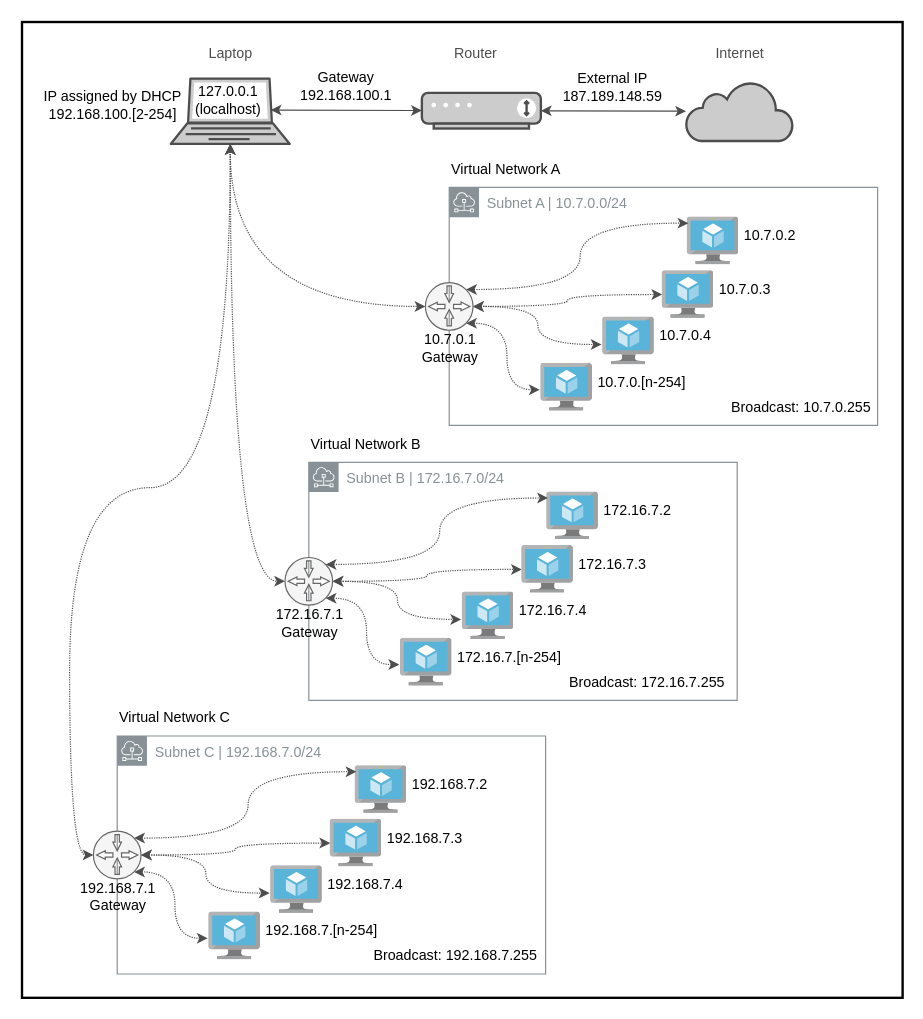
Above: page "Network" (3 of 7) of 01_build_home_lab/diagrams/home_lab.drawio in asgdevops/cd-project (draw.io), before the change. Source tidied: cells renumbered, new cells numbered last; positions are measured from the earlier drawing's top-left corner, leaving out a move shared by most shapes. Both pictures are drawn from the tidied source at 119%, with x=0, y=0 at pixel (21, 21).
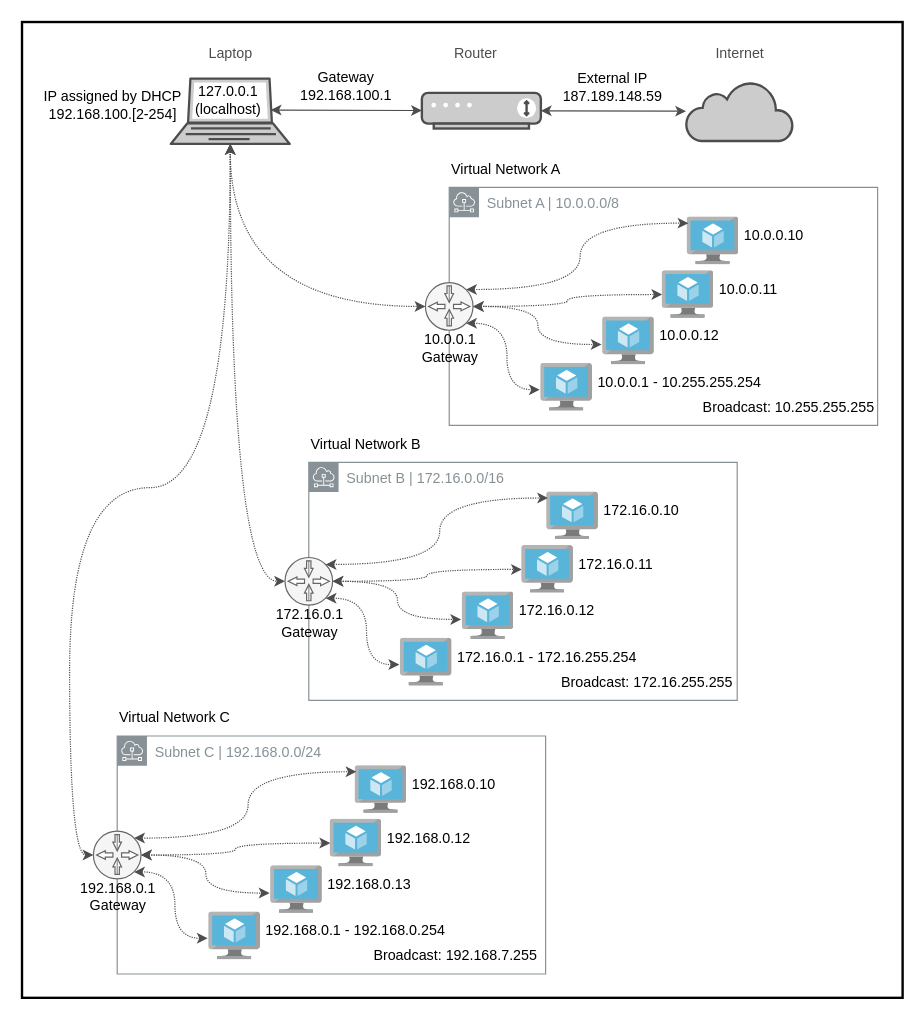
After the change.

The change refers to these unchanged cells:
```xml
<mxCell id="6" style="group;" parent="1" vertex="1">
  <mxGeometry x="51" y="570" width="395" height="230" as="geometry" />
</mxCell>
<mxCell id="15" style="group;" parent="6" vertex="1">
  <mxGeometry x="229" y="55" width="166" height="40" as="geometry" />
</mxCell>
<mxCell id="18" style="group;" parent="6" vertex="1">
  <mxGeometry x="208" y="100" width="166" height="40" as="geometry" />
</mxCell>
<mxCell id="21" style="group;" parent="6" vertex="1">
  <mxGeometry x="158" y="139" width="166" height="40" as="geometry" />
</mxCell>
<mxCell id="28" style="group;" parent="1" vertex="1">
  <mxGeometry x="212" y="340" width="389" height="230" as="geometry" />
</mxCell>
<mxCell id="36" style="group;" parent="28" vertex="1">
  <mxGeometry x="229" y="55" width="156" height="40" as="geometry" />
</mxCell>
<mxCell id="39" style="group;" parent="28" vertex="1">
  <mxGeometry x="208" y="100" width="156" height="40" as="geometry" />
</mxCell>
<mxCell id="42" style="group;" parent="28" vertex="1">
  <mxGeometry x="158" y="139" width="156" height="40" as="geometry" />
</mxCell>
<mxCell id="71" style="group;" parent="1" vertex="1">
  <mxGeometry x="559" y="164" width="146" height="40" as="geometry" />
</mxCell>
<mxCell id="74" style="group;" parent="1" vertex="1">
  <mxGeometry x="538" y="209" width="146" height="40" as="geometry" />
</mxCell>
<mxCell id="77" style="group;" parent="1" vertex="1">
  <mxGeometry x="488" y="248" width="146" height="40" as="geometry" />
</mxCell>
```

Change to the diagram source:
```diff
@@
-    <mxCell id="8" value="Subnet C | 192.168.7.0/24" style="sketch=0;gradientColor=none;html=1;whiteSpace=wrap;fontSize=12;fontStyle=0;shape=mxgraph.aws4.group;grIcon=mxgraph.aws4.group_subnet;strokeColor=#879196;fillColor=none;verticalAlign=top;align=left;spacingLeft=30;fontColor=#879196;dashed=0;" parent="6" vertex="1">
+    <mxCell id="8" value="Subnet C | 192.168.0.0/24" style="sketch=0;gradientColor=none;html=1;whiteSpace=wrap;fontSize=12;fontStyle=0;shape=mxgraph.aws4.group;grIcon=mxgraph.aws4.group_subnet;strokeColor=#879196;fillColor=none;verticalAlign=top;align=left;spacingLeft=30;fontColor=#879196;dashed=0;" parent="6" vertex="1">
       <mxGeometry x="29" y="30" width="360" height="200" as="geometry" />
     </mxCell>
-    <mxCell id="9" value="&lt;span style=&quot;text-align: left;&quot;&gt;192.168.7.1&lt;br&gt;Gateway&lt;br&gt;&lt;/span&gt;" style="text;strokeColor=none;align=center;fillColor=none;html=1;verticalAlign=middle;whiteSpace=wrap;rounded=0;" parent="6" vertex="1">
+    <mxCell id="9" value="&lt;span style=&quot;text-align: left;&quot;&gt;192.168.0.1&lt;br&gt;Gateway&lt;br&gt;&lt;/span&gt;" style="text;strokeColor=none;align=center;fillColor=none;html=1;verticalAlign=middle;whiteSpace=wrap;rounded=0;" parent="6" vertex="1">
       <mxGeometry y="150" width="60" height="30" as="geometry" />
     </mxCell>
@@
-    <mxCell id="16" value="192.168.7.2" style="text;html=1;align=left;verticalAlign=middle;fillColor=none;strokeColor=none;rounded=0;fontColor=#000000;" parent="15" vertex="1">
+    <mxCell id="16" value="192.168.0.10" style="text;html=1;align=left;verticalAlign=middle;fillColor=none;strokeColor=none;rounded=0;fontColor=#000000;" parent="15" vertex="1">
       <mxGeometry x="46" y="1" width="90" height="30" as="geometry" />
     </mxCell>
@@
-    <mxCell id="19" value="192.168.7.3" style="text;html=1;align=left;verticalAlign=middle;fillColor=none;strokeColor=none;rounded=0;fontColor=#000000;" parent="18" vertex="1">
+    <mxCell id="19" value="192.168.0.12" style="text;html=1;align=left;verticalAlign=middle;fillColor=none;strokeColor=none;rounded=0;fontColor=#000000;" parent="18" vertex="1">
       <mxGeometry x="46" y="1" width="90" height="30" as="geometry" />
     </mxCell>
@@
-    <mxCell id="22" value="192.168.7.4" style="text;html=1;align=left;verticalAlign=middle;fillColor=none;strokeColor=none;rounded=0;fontColor=#000000;" parent="21" vertex="1">
+    <mxCell id="22" value="192.168.0.13" style="text;html=1;align=left;verticalAlign=middle;fillColor=none;strokeColor=none;rounded=0;fontColor=#000000;" parent="21" vertex="1">
       <mxGeometry x="46" y="1" width="90" height="30" as="geometry" />
     </mxCell>
@@
     <mxCell id="24" style="group;" parent="6" vertex="1">
-      <mxGeometry x="106" y="178" width="166" height="40" as="geometry" />
+      <mxGeometry x="106" y="178" width="216" height="40" as="geometry" />
     </mxCell>
-    <mxCell id="25" value="192.168.7.[n-254]" style="text;html=1;align=left;verticalAlign=middle;fillColor=none;strokeColor=none;rounded=0;fontColor=#000000;" parent="24" vertex="1">
-      <mxGeometry x="46" y="1" width="120" height="30" as="geometry" />
+    <mxCell id="25" value="192.168.0.1 - 192.168.0.254" style="text;html=1;align=left;verticalAlign=middle;fillColor=none;strokeColor=none;rounded=0;fontColor=#000000;" parent="24" vertex="1">
+      <mxGeometry x="46" y="1" width="170" height="30" as="geometry" />
     </mxCell>
@@
-    <mxCell id="29" value="Subnet B | 172.16.7.0/24" style="sketch=0;gradientColor=none;html=1;whiteSpace=wrap;fontSize=12;fontStyle=0;shape=mxgraph.aws4.group;grIcon=mxgraph.aws4.group_subnet;strokeColor=#879196;fillColor=none;verticalAlign=top;align=left;spacingLeft=30;fontColor=#879196;dashed=0;" parent="28" vertex="1">
+    <mxCell id="29" value="Subnet B | 172.16.0.0/16" style="sketch=0;gradientColor=none;html=1;whiteSpace=wrap;fontSize=12;fontStyle=0;shape=mxgraph.aws4.group;grIcon=mxgraph.aws4.group_subnet;strokeColor=#879196;fillColor=none;verticalAlign=top;align=left;spacingLeft=30;fontColor=#879196;dashed=0;" parent="28" vertex="1">
       <mxGeometry x="29" y="30" width="360" height="200" as="geometry" />
     </mxCell>
-    <mxCell id="30" value="&lt;span style=&quot;text-align: left;&quot;&gt;172.16.7.1&lt;br&gt;Gateway&lt;br&gt;&lt;/span&gt;" style="text;strokeColor=none;align=center;fillColor=none;html=1;verticalAlign=middle;whiteSpace=wrap;rounded=0;" parent="28" vertex="1">
+    <mxCell id="30" value="&lt;span style=&quot;text-align: left;&quot;&gt;172.16.0.1&lt;br&gt;Gateway&lt;br&gt;&lt;/span&gt;" style="text;strokeColor=none;align=center;fillColor=none;html=1;verticalAlign=middle;whiteSpace=wrap;rounded=0;" parent="28" vertex="1">
       <mxGeometry y="150" width="60" height="30" as="geometry" />
     </mxCell>
@@
-    <mxCell id="37" value="172.16.7.2" style="text;html=1;align=left;verticalAlign=middle;fillColor=none;strokeColor=none;rounded=0;fontColor=#000000;" parent="36" vertex="1">
-      <mxGeometry x="46" y="1" width="80" height="30" as="geometry" />
+    <mxCell id="37" value="172.16.0.10" style="text;html=1;align=left;verticalAlign=middle;fillColor=none;strokeColor=none;rounded=0;fontColor=#000000;" parent="36" vertex="1">
+      <mxGeometry x="46" y="1" width="90" height="30" as="geometry" />
     </mxCell>
@@
-    <mxCell id="40" value="172.16.7.3" style="text;html=1;align=left;verticalAlign=middle;fillColor=none;strokeColor=none;rounded=0;fontColor=#000000;" parent="39" vertex="1">
-      <mxGeometry x="46" y="1" width="80" height="30" as="geometry" />
+    <mxCell id="40" value="172.16.0.11" style="text;html=1;align=left;verticalAlign=middle;fillColor=none;strokeColor=none;rounded=0;fontColor=#000000;" parent="39" vertex="1">
+      <mxGeometry x="46" y="1" width="90" height="30" as="geometry" />
     </mxCell>
@@
-    <mxCell id="43" value="172.16.7.4" style="text;html=1;align=left;verticalAlign=middle;fillColor=none;strokeColor=none;rounded=0;fontColor=#000000;" parent="42" vertex="1">
-      <mxGeometry x="46" y="1" width="80" height="30" as="geometry" />
+    <mxCell id="43" value="172.16.0.12" style="text;html=1;align=left;verticalAlign=middle;fillColor=none;strokeColor=none;rounded=0;fontColor=#000000;" parent="42" vertex="1">
+      <mxGeometry x="46" y="1" width="90" height="30" as="geometry" />
     </mxCell>
@@
     <mxCell id="45" style="group;" parent="28" vertex="1">
-      <mxGeometry x="106" y="178" width="156" height="40" as="geometry" />
+      <mxGeometry x="106" y="178" width="216" height="40" as="geometry" />
     </mxCell>
-    <mxCell id="46" value="172.16.7.[n-254]" style="text;html=1;align=left;verticalAlign=middle;fillColor=none;strokeColor=none;rounded=0;fontColor=#000000;" parent="45" vertex="1">
-      <mxGeometry x="46" y="1" width="110" height="30" as="geometry" />
+    <mxCell id="46" value="172.16.0.1 - 172.16.255.254" style="text;html=1;align=left;verticalAlign=middle;fillColor=none;strokeColor=none;rounded=0;fontColor=#000000;" parent="45" vertex="1">
+      <mxGeometry x="46" y="1" width="170" height="30" as="geometry" />
     </mxCell>
@@
-    <mxCell id="49" value="Broadcast: 172.16.7.255" style="text;strokeColor=none;align=center;fillColor=none;html=1;verticalAlign=middle;whiteSpace=wrap;rounded=0;" parent="28" vertex="1">
+    <mxCell id="49" value="Broadcast: 172.16.255.255" style="text;strokeColor=none;align=center;fillColor=none;html=1;verticalAlign=middle;whiteSpace=wrap;rounded=0;" parent="28" vertex="1">
       <mxGeometry x="238" y="200" width="151" height="30" as="geometry" />
     </mxCell>
@@
-    <mxCell id="64" value="Subnet A | 10.7.0.0/24" style="sketch=0;gradientColor=none;html=1;whiteSpace=wrap;fontSize=12;fontStyle=0;shape=mxgraph.aws4.group;grIcon=mxgraph.aws4.group_subnet;strokeColor=#879196;fillColor=none;verticalAlign=top;align=left;spacingLeft=30;fontColor=#879196;dashed=0;" parent="1" vertex="1">
+    <mxCell id="64" value="Subnet A | 10.0.0.0/8" style="sketch=0;gradientColor=none;html=1;whiteSpace=wrap;fontSize=12;fontStyle=0;shape=mxgraph.aws4.group;grIcon=mxgraph.aws4.group_subnet;strokeColor=#879196;fillColor=none;verticalAlign=top;align=left;spacingLeft=30;fontColor=#879196;dashed=0;" parent="1" vertex="1">
       <mxGeometry x="359" y="139" width="360" height="200" as="geometry" />
     </mxCell>
-    <mxCell id="65" value="10.7.0.1&lt;br&gt;Gateway" style="text;strokeColor=none;align=center;fillColor=none;html=1;verticalAlign=middle;whiteSpace=wrap;rounded=0;" parent="1" vertex="1">
+    <mxCell id="65" value="10.0.0.1&lt;br&gt;Gateway" style="text;strokeColor=none;align=center;fillColor=none;html=1;verticalAlign=middle;whiteSpace=wrap;rounded=0;" parent="1" vertex="1">
       <mxGeometry x="330" y="259" width="60" height="30" as="geometry" />
     </mxCell>
@@
-    <mxCell id="72" value="10.7.0.2" style="text;html=1;align=left;verticalAlign=middle;fillColor=none;strokeColor=none;rounded=0;fontColor=#000000;" parent="71" vertex="1">
+    <mxCell id="72" value="10.0.0.10" style="text;html=1;align=left;verticalAlign=middle;fillColor=none;strokeColor=none;rounded=0;fontColor=#000000;" parent="71" vertex="1">
       <mxGeometry x="46" y="1" width="70" height="30" as="geometry" />
     </mxCell>
@@
-    <mxCell id="75" value="10.7.0.3" style="text;html=1;align=left;verticalAlign=middle;fillColor=none;strokeColor=none;rounded=0;fontColor=#000000;" parent="74" vertex="1">
+    <mxCell id="75" value="10.0.0.11" style="text;html=1;align=left;verticalAlign=middle;fillColor=none;strokeColor=none;rounded=0;fontColor=#000000;" parent="74" vertex="1">
       <mxGeometry x="46" y="1" width="70" height="30" as="geometry" />
     </mxCell>
@@
-    <mxCell id="78" value="10.7.0.4" style="text;html=1;align=left;verticalAlign=middle;fillColor=none;strokeColor=none;rounded=0;fontColor=#000000;" parent="77" vertex="1">
+    <mxCell id="78" value="10.0.0.12" style="text;html=1;align=left;verticalAlign=middle;fillColor=none;strokeColor=none;rounded=0;fontColor=#000000;" parent="77" vertex="1">
       <mxGeometry x="46" y="1" width="70" height="30" as="geometry" />
     </mxCell>
@@
     <mxCell id="80" style="group;" parent="1" vertex="1">
-      <mxGeometry x="436" y="287" width="146" height="40" as="geometry" />
+      <mxGeometry x="436" y="287" width="216" height="40" as="geometry" />
     </mxCell>
-    <mxCell id="81" value="10.7.0.[n-254]" style="text;html=1;align=left;verticalAlign=middle;fillColor=none;strokeColor=none;rounded=0;fontColor=#000000;" parent="80" vertex="1">
-      <mxGeometry x="46" y="1" width="100" height="30" as="geometry" />
+    <mxCell id="81" value="10.0.0.1 - 10.255.255.254" style="text;html=1;align=left;verticalAlign=middle;fillColor=none;strokeColor=none;rounded=0;fontColor=#000000;" parent="80" vertex="1">
+      <mxGeometry x="46" y="1" width="160" height="30" as="geometry" />
     </mxCell>
@@
-    <mxCell id="84" value="Broadcast: 10.7.0.255" style="text;strokeColor=none;align=center;fillColor=none;html=1;verticalAlign=middle;whiteSpace=wrap;rounded=0;" parent="1" vertex="1">
-      <mxGeometry x="591" y="309" width="128" height="30" as="geometry" />
+    <mxCell id="84" value="Broadcast:&amp;nbsp;10.255.255.255" style="text;strokeColor=none;align=center;fillColor=none;html=1;verticalAlign=middle;whiteSpace=wrap;rounded=0;" parent="1" vertex="1">
+      <mxGeometry x="570" y="309" width="149" height="30" as="geometry" />
     </mxCell>
```
